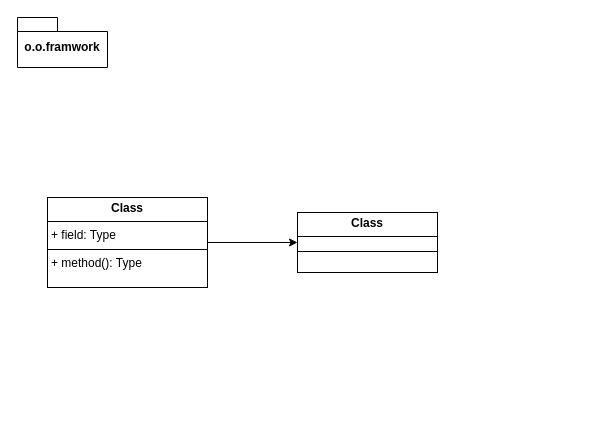
The draw.io diagram TestDrawIo.drawio in t2gran/Julekalender2021, before the edit. Source tidied: cells renumbered, new cells numbered last; positions are measured from the earlier drawing's top-left corner, leaving out a move shared by most shapes. Both pictures are drawn from the tidied source at 100%, with x=0, y=0 at pixel (17, 17).
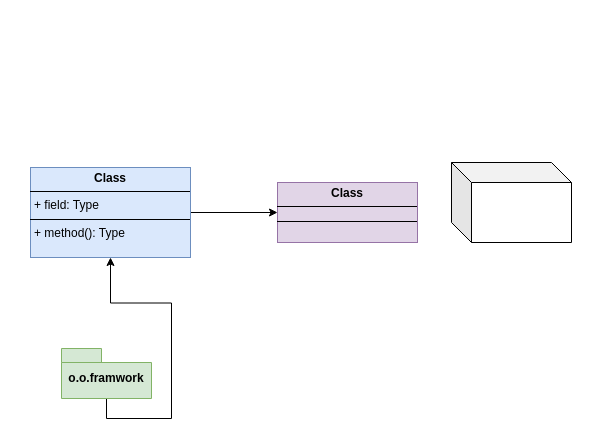
After the change.

The edit, as a diff of the source:
```diff
@@
 <mxGraphModel>
   <root>
     <mxCell id="0" />
     <mxCell id="1" parent="0" />
-    <mxCell id="2" value="&lt;p style=&quot;margin:0px;margin-top:4px;text-align:center;&quot;&gt;&lt;b&gt;Class&lt;/b&gt;&lt;/p&gt;&lt;hr size=&quot;1&quot; style=&quot;border-style:solid;&quot;/&gt;&lt;div style=&quot;height:2px;&quot;&gt;&lt;/div&gt;&lt;hr size=&quot;1&quot; style=&quot;border-style:solid;&quot;/&gt;&lt;div style=&quot;height:2px;&quot;&gt;&lt;/div&gt;" style="verticalAlign=top;align=left;overflow=fill;html=1;whiteSpace=wrap;" parent="1" vertex="1">
-      <mxGeometry x="280" y="195" width="140" height="60" as="geometry" />
+    <mxCell id="2" value="&lt;p style=&quot;margin:0px;margin-top:4px;text-align:center;&quot;&gt;&lt;b&gt;Class&lt;/b&gt;&lt;/p&gt;&lt;hr size=&quot;1&quot; style=&quot;border-style:solid;&quot;/&gt;&lt;div style=&quot;height:2px;&quot;&gt;&lt;/div&gt;&lt;hr size=&quot;1&quot; style=&quot;border-style:solid;&quot;/&gt;&lt;div style=&quot;height:2px;&quot;&gt;&lt;/div&gt;" style="verticalAlign=top;align=left;overflow=fill;html=1;whiteSpace=wrap;fillColor=#e1d5e7;strokeColor=#9673a6;" parent="1" vertex="1">
+      <mxGeometry x="260" y="165" width="140" height="60" as="geometry" />
     </mxCell>
     <mxCell id="3" style="edgeStyle=orthogonalEdgeStyle;rounded=0;jettySize=auto;html=1;entryX=0;entryY=0.5;entryDx=0;entryDy=0;" parent="1" edge="1" source="4" target="2">
       <mxGeometry relative="1" as="geometry" />
     </mxCell>
-    <mxCell id="4" value="&lt;p style=&quot;margin:0px;margin-top:4px;text-align:center;&quot;&gt;&lt;b&gt;Class&lt;/b&gt;&lt;/p&gt;&lt;hr size=&quot;1&quot; style=&quot;border-style:solid;&quot;/&gt;&lt;p style=&quot;margin:0px;margin-left:4px;&quot;&gt;+ field: Type&lt;/p&gt;&lt;hr size=&quot;1&quot; style=&quot;border-style:solid;&quot;/&gt;&lt;p style=&quot;margin:0px;margin-left:4px;&quot;&gt;+ method(): Type&lt;/p&gt;" style="verticalAlign=top;align=left;overflow=fill;html=1;whiteSpace=wrap;" parent="1" vertex="1">
-      <mxGeometry x="30" y="180" width="160" height="90" as="geometry" />
+    <mxCell id="4" value="&lt;p style=&quot;margin:0px;margin-top:4px;text-align:center;&quot;&gt;&lt;b&gt;Class&lt;/b&gt;&lt;/p&gt;&lt;hr size=&quot;1&quot; style=&quot;border-style:solid;&quot;/&gt;&lt;p style=&quot;margin:0px;margin-left:4px;&quot;&gt;+ field: Type&lt;/p&gt;&lt;hr size=&quot;1&quot; style=&quot;border-style:solid;&quot;/&gt;&lt;p style=&quot;margin:0px;margin-left:4px;&quot;&gt;+ method(): Type&lt;/p&gt;" style="verticalAlign=top;align=left;overflow=fill;html=1;whiteSpace=wrap;fillColor=#dae8fc;strokeColor=#6c8ebf;" parent="1" vertex="1">
+      <mxGeometry x="13" y="150" width="160" height="90" as="geometry" />
     </mxCell>
+    <mxCell id="6" style="edgeStyle=orthogonalEdgeStyle;rounded=0;jettySize=auto;html=1;exitX=0.5;exitY=1;exitDx=0;exitDy=0;exitPerimeter=0;entryX=0.5;entryY=1;entryDx=0;entryDy=0;" parent="1" edge="1" source="5" target="4">
+      <mxGeometry relative="1" as="geometry" />
+    </mxCell>
-    <mxCell id="5" value="o.o.framwork" style="shape=folder;fontStyle=1;spacingTop=10;tabWidth=40;tabHeight=14;tabPosition=left;html=1;whiteSpace=wrap;" parent="1" vertex="1">
-      <mxGeometry width="90" height="50" as="geometry" />
+    <mxCell id="5" value="o.o.framwork" style="shape=folder;fontStyle=1;spacingTop=10;tabWidth=40;tabHeight=14;tabPosition=left;html=1;whiteSpace=wrap;fillColor=#d5e8d4;strokeColor=#82b366;" parent="1" vertex="1">
+      <mxGeometry x="44" y="331" width="90" height="50" as="geometry" />
     </mxCell>
+    <mxCell id="7" style="shape=cube;whiteSpace=wrap;html=1;boundedLbl=1;backgroundOutline=1;darkOpacity=0.05;darkOpacity2=0.1;" parent="1" vertex="1">
+      <mxGeometry x="434" y="145" width="120" height="80" as="geometry" />
+    </mxCell>
   </root>
 </mxGraphModel>
```
